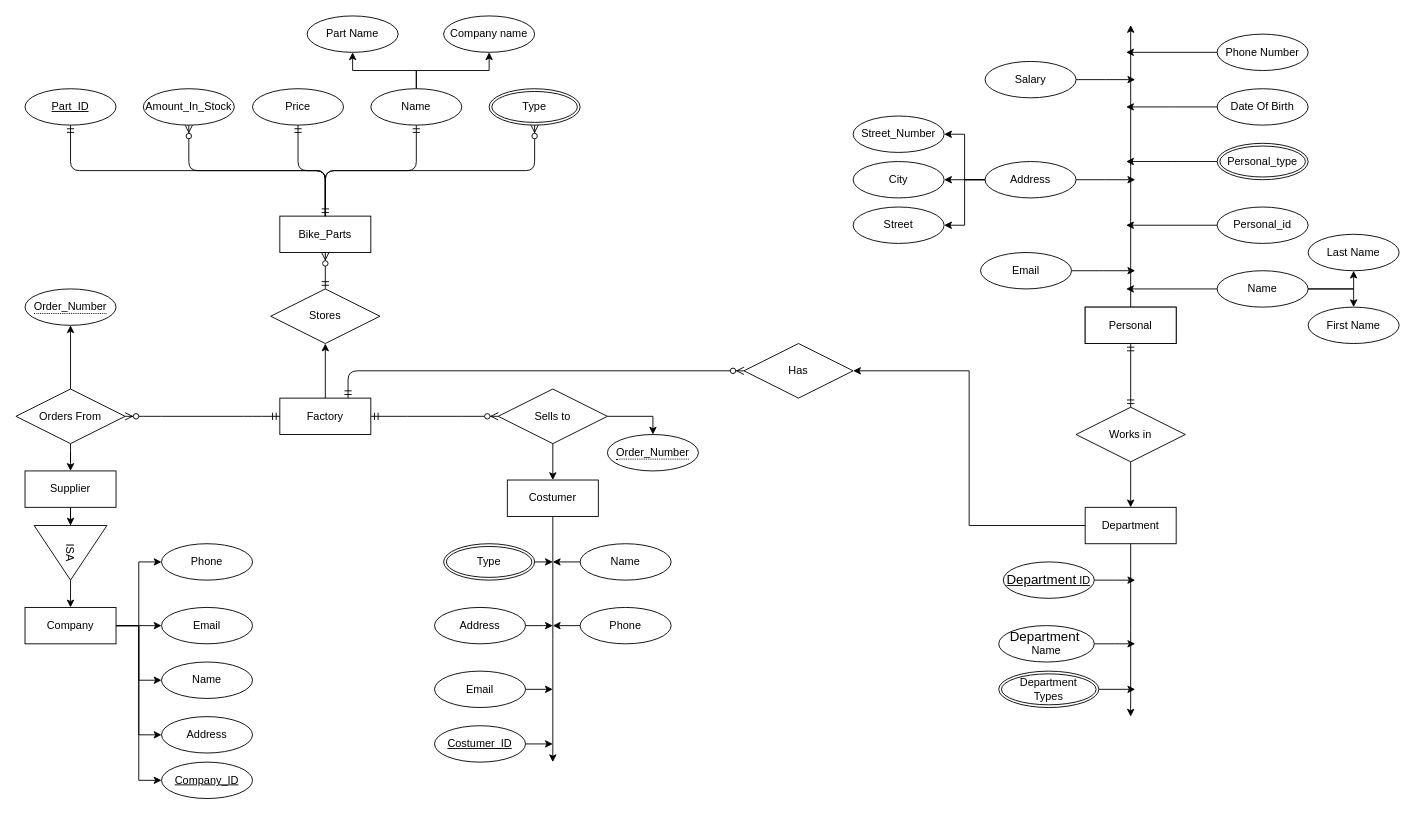
Above: BikeFactoryMerged.drawio in ginzex11/ERD (draw.io), before the change. Source tidied: cells renumbered, new cells numbered last; positions are measured from the earlier drawing's top-left corner, leaving out a move shared by most shapes. Both pictures are drawn from the tidied source at 91%, with x=0, y=0 at pixel (15, 15).
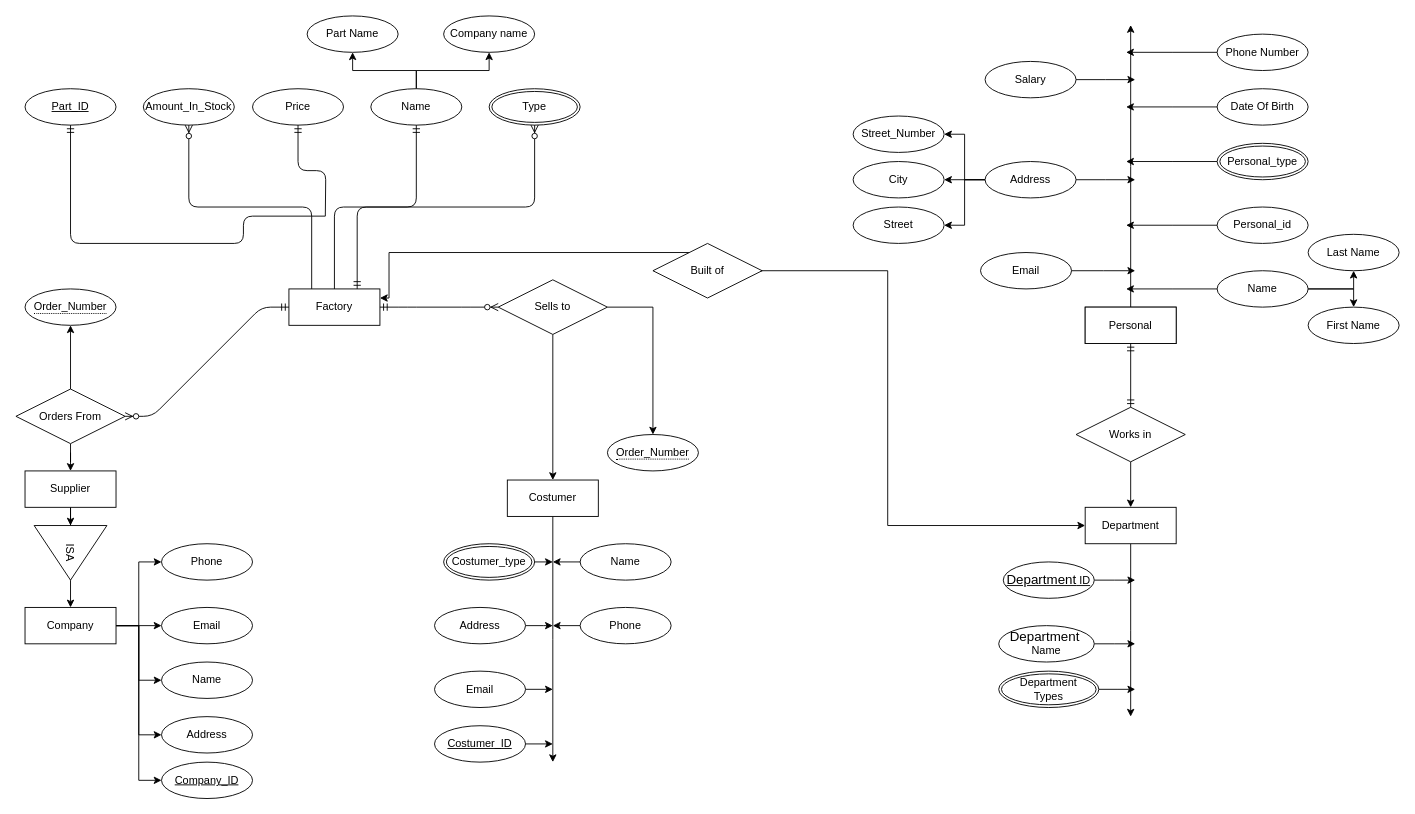
After the change.

Unchanged cells that the change refers to:
```xml
<mxCell id="10" value="Price" style="ellipse;whiteSpace=wrap;html=1;align=center;" parent="1" vertex="1">
  <mxGeometry x="260" y="80" width="100" height="40" as="geometry" />
</mxCell>
<mxCell id="11" value="&lt;u&gt;Part_ID&lt;/u&gt;" style="ellipse;whiteSpace=wrap;html=1;align=center;" parent="1" vertex="1">
  <mxGeometry x="10" y="80" width="100" height="40" as="geometry" />
</mxCell>
<mxCell id="14" value="Name" style="ellipse;whiteSpace=wrap;html=1;align=center;" parent="1" vertex="1">
  <mxGeometry x="390" y="80" width="100" height="40" as="geometry" />
</mxCell>
<mxCell id="17" value="Amount_In_Stock" style="ellipse;whiteSpace=wrap;html=1;align=center;" parent="1" vertex="1">
  <mxGeometry x="140" y="80" width="100" height="40" as="geometry" />
</mxCell>
<mxCell id="43" value="Type" style="ellipse;shape=doubleEllipse;margin=3;whiteSpace=wrap;html=1;align=center;rounded=0;" parent="1" vertex="1">
  <mxGeometry x="520" y="80" width="100" height="40" as="geometry" />
</mxCell>
<mxCell id="92" value="Department" style="whiteSpace=wrap;html=1;align=center;" parent="1" vertex="1">
  <mxGeometry x="1175" y="540" width="100" height="40" as="geometry" />
</mxCell>
```

What changed in the source:
```diff
@@
-    <mxCell id="6" style="edgeStyle=orthogonalEdgeStyle;rounded=0;jettySize=auto;html=1;entryX=0.5;entryY=1;entryDx=0;entryDy=0;" parent="1" edge="1" source="7" target="18">
-      <mxGeometry relative="1" as="geometry" />
-    </mxCell>
     <mxCell id="7" value="&lt;div&gt;Factory&lt;/div&gt;" style="whiteSpace=wrap;html=1;align=center;" parent="1" vertex="1">
-      <mxGeometry x="290" y="420" width="100" height="40" as="geometry" />
+      <mxGeometry x="300" y="300" width="100" height="40" as="geometry" />
     </mxCell>
-    <mxCell id="8" value="Bike_Parts" style="whiteSpace=wrap;html=1;align=center;" parent="1" vertex="1">
-      <mxGeometry x="290" y="220" width="100" height="40" as="geometry" />
-    </mxCell>
-    <mxCell id="9" style="edgeStyle=orthogonalEdgeStyle;rounded=0;orthogonalLoop=1;jettySize=auto;html=1;exitX=0.5;exitY=1;exitDx=0;exitDy=0;" parent="1" edge="1" source="8" target="8">
-      <mxGeometry relative="1" as="geometry" />
+    <mxCell id="9" style="edgeStyle=orthogonalEdgeStyle;rounded=0;orthogonalLoop=1;jettySize=auto;html=1;exitX=0.5;exitY=1;exitDx=0;exitDy=0;" parent="1" edge="1">
+      <mxGeometry relative="1" as="geometry">
+        <mxPoint x="340" y="260" as="sourcePoint" />
+        <mxPoint x="340" y="260" as="targetPoint" />
+      </mxGeometry>
     </mxCell>
@@
-    <mxCell id="18" value="Stores" style="shape=rhombus;perimeter=rhombusPerimeter;whiteSpace=wrap;html=1;align=center;" parent="1" vertex="1">
-      <mxGeometry x="280" y="300" width="120" height="60" as="geometry" />
-    </mxCell>
@@
     <mxCell id="24" value="Sells to" style="shape=rhombus;perimeter=rhombusPerimeter;whiteSpace=wrap;html=1;align=center;" parent="1" vertex="1">
-      <mxGeometry x="530" y="410" width="120" height="60" as="geometry" />
+      <mxGeometry x="530" y="290" width="120" height="60" as="geometry" />
     </mxCell>
@@
-    <mxCell id="45" value="Type" style="ellipse;shape=doubleEllipse;margin=3;whiteSpace=wrap;html=1;align=center;rounded=0;" parent="1" vertex="1">
+    <mxCell id="45" value="Costumer_type" style="ellipse;shape=doubleEllipse;margin=3;whiteSpace=wrap;html=1;align=center;rounded=0;" parent="1" vertex="1">
       <mxGeometry x="470" y="580" width="100" height="40" as="geometry" />
     </mxCell>
@@
-    <mxCell id="53" style="edgeStyle=orthogonalEdgeStyle;fontSize=12;html=1;endArrow=ERmandOne;entryX=0.5;entryY=1;entryDx=0;entryDy=0;exitX=0.5;exitY=0;exitDx=0;exitDy=0;" parent="1" edge="1" source="8" target="10">
-      <mxGeometry relative="1" as="geometry" />
+    <mxCell id="53" style="edgeStyle=orthogonalEdgeStyle;fontSize=12;html=1;endArrow=ERmandOne;entryX=0.5;entryY=1;entryDx=0;entryDy=0;exitX=0.5;exitY=0;exitDx=0;exitDy=0;" parent="1" edge="1" target="10">
+      <mxGeometry relative="1" as="geometry">
+        <mxPoint x="340" y="220" as="sourcePoint" />
+      </mxGeometry>
     </mxCell>
-    <mxCell id="54" style="edgeStyle=orthogonalEdgeStyle;fontSize=12;html=1;endArrow=ERmandOne;exitX=0.5;exitY=0;exitDx=0;exitDy=0;entryX=0.5;entryY=1;entryDx=0;entryDy=0;" parent="1" edge="1" source="8" target="14">
+    <mxCell id="54" style="edgeStyle=orthogonalEdgeStyle;fontSize=12;html=1;endArrow=ERmandOne;exitX=0.5;exitY=0;exitDx=0;exitDy=0;entryX=0.5;entryY=1;entryDx=0;entryDy=0;" parent="1" edge="1" source="7" target="14">
       <mxGeometry relative="1" as="geometry" />
     </mxCell>
-    <mxCell id="55" style="edgeStyle=orthogonalEdgeStyle;fontSize=12;html=1;endArrow=ERzeroToMany;endFill=1;entryX=0.5;entryY=1;entryDx=0;entryDy=0;exitX=0.5;exitY=0;exitDx=0;exitDy=0;" parent="1" edge="1" source="8" target="17">
+    <mxCell id="55" style="edgeStyle=orthogonalEdgeStyle;fontSize=12;html=1;endArrow=ERzeroToMany;endFill=1;entryX=0.5;entryY=1;entryDx=0;entryDy=0;exitX=0.25;exitY=0;exitDx=0;exitDy=0;" parent="1" edge="1" source="7" target="17">
       <mxGeometry relative="1" as="geometry" />
     </mxCell>
-    <mxCell id="56" style="edgeStyle=orthogonalEdgeStyle;fontSize=12;html=1;endArrow=ERmandOne;entryX=0.5;entryY=1;entryDx=0;entryDy=0;exitX=0.5;exitY=0;exitDx=0;exitDy=0;" parent="1" edge="1" source="8" target="11">
-      <mxGeometry relative="1" as="geometry" />
+    <mxCell id="56" style="edgeStyle=orthogonalEdgeStyle;fontSize=12;html=1;endArrow=ERmandOne;entryX=0.5;entryY=1;entryDx=0;entryDy=0;exitX=0.5;exitY=0;exitDx=0;exitDy=0;" parent="1" edge="1" target="11">
+      <mxGeometry relative="1" as="geometry">
+        <mxPoint x="340" y="220" as="sourcePoint" />
+        <Array as="points">
+          <mxPoint x="250" y="220" />
+          <mxPoint x="250" y="250" />
+          <mxPoint x="60" y="250" />
+        </Array>
+      </mxGeometry>
     </mxCell>
-    <mxCell id="57" style="edgeStyle=orthogonalEdgeStyle;fontSize=12;html=1;endArrow=ERzeroToMany;startArrow=ERmandOne;entryX=0.5;entryY=1;entryDx=0;entryDy=0;exitX=0.5;exitY=0;exitDx=0;exitDy=0;" parent="1" edge="1" source="8" target="43">
+    <mxCell id="57" style="edgeStyle=orthogonalEdgeStyle;fontSize=12;html=1;endArrow=ERzeroToMany;startArrow=ERmandOne;entryX=0.5;entryY=1;entryDx=0;entryDy=0;exitX=0.75;exitY=0;exitDx=0;exitDy=0;" parent="1" edge="1" source="7" target="43">
       <mxGeometry relative="1" as="geometry" />
     </mxCell>
-    <mxCell id="58" style="fontSize=12;html=1;endArrow=ERzeroToMany;startArrow=ERmandOne;entryX=0.5;entryY=1;entryDx=0;entryDy=0;exitX=0.5;exitY=0;exitDx=0;exitDy=0;" parent="1" edge="1" source="18" target="8">
-      <mxGeometry relative="1" as="geometry" />
-    </mxCell>
@@
-    <mxCell id="91" style="edgeStyle=orthogonalEdgeStyle;rounded=0;jettySize=auto;html=1;entryX=1;entryY=0.5;entryDx=0;entryDy=0;" parent="1" edge="1" source="92" target="102">
-      <mxGeometry relative="1" as="geometry" />
-    </mxCell>
@@
+    <mxCell id="104" style="edgeStyle=orthogonalEdgeStyle;rounded=0;jettySize=auto;html=1;exitX=1;exitY=0.5;exitDx=0;exitDy=0;entryX=0;entryY=0.5;entryDx=0;entryDy=0;" parent="1" edge="1" source="102" target="92">
+      <mxGeometry relative="1" as="geometry">
+        <Array as="points">
+          <mxPoint x="740" y="280" />
+          <mxPoint x="958" y="280" />
+          <mxPoint x="958" y="560" />
+        </Array>
+      </mxGeometry>
+    </mxCell>
+    <mxCell id="105" style="edgeStyle=orthogonalEdgeStyle;rounded=0;jettySize=auto;html=1;entryX=1;entryY=0.25;entryDx=0;entryDy=0;" parent="1" edge="1" source="102" target="7">
+      <mxGeometry relative="1" as="geometry">
+        <Array as="points">
+          <mxPoint x="410" y="260" />
+          <mxPoint x="410" y="310" />
+        </Array>
+      </mxGeometry>
+    </mxCell>
-    <mxCell id="102" value="Has" style="shape=rhombus;perimeter=rhombusPerimeter;whiteSpace=wrap;html=1;align=center;rounded=0;" parent="1" vertex="1">
-      <mxGeometry x="800" y="360" width="120" height="60" as="geometry" />
+    <mxCell id="102" value="Built of" style="shape=rhombus;perimeter=rhombusPerimeter;whiteSpace=wrap;html=1;align=center;rounded=0;" parent="1" vertex="1">
+      <mxGeometry x="700" y="250" width="120" height="60" as="geometry" />
     </mxCell>
-    <mxCell id="103" style="edgeStyle=orthogonalEdgeStyle;fontSize=12;html=1;endArrow=ERzeroToMany;startArrow=ERmandOne;entryX=0;entryY=0.5;entryDx=0;entryDy=0;exitX=0.75;exitY=0;exitDx=0;exitDy=0;" parent="1" edge="1" source="7" target="102">
-      <mxGeometry relative="1" as="geometry">
-        <Array as="points">
-          <mxPoint x="365" y="390" />
-        </Array>
-      </mxGeometry>
-    </mxCell>
```
